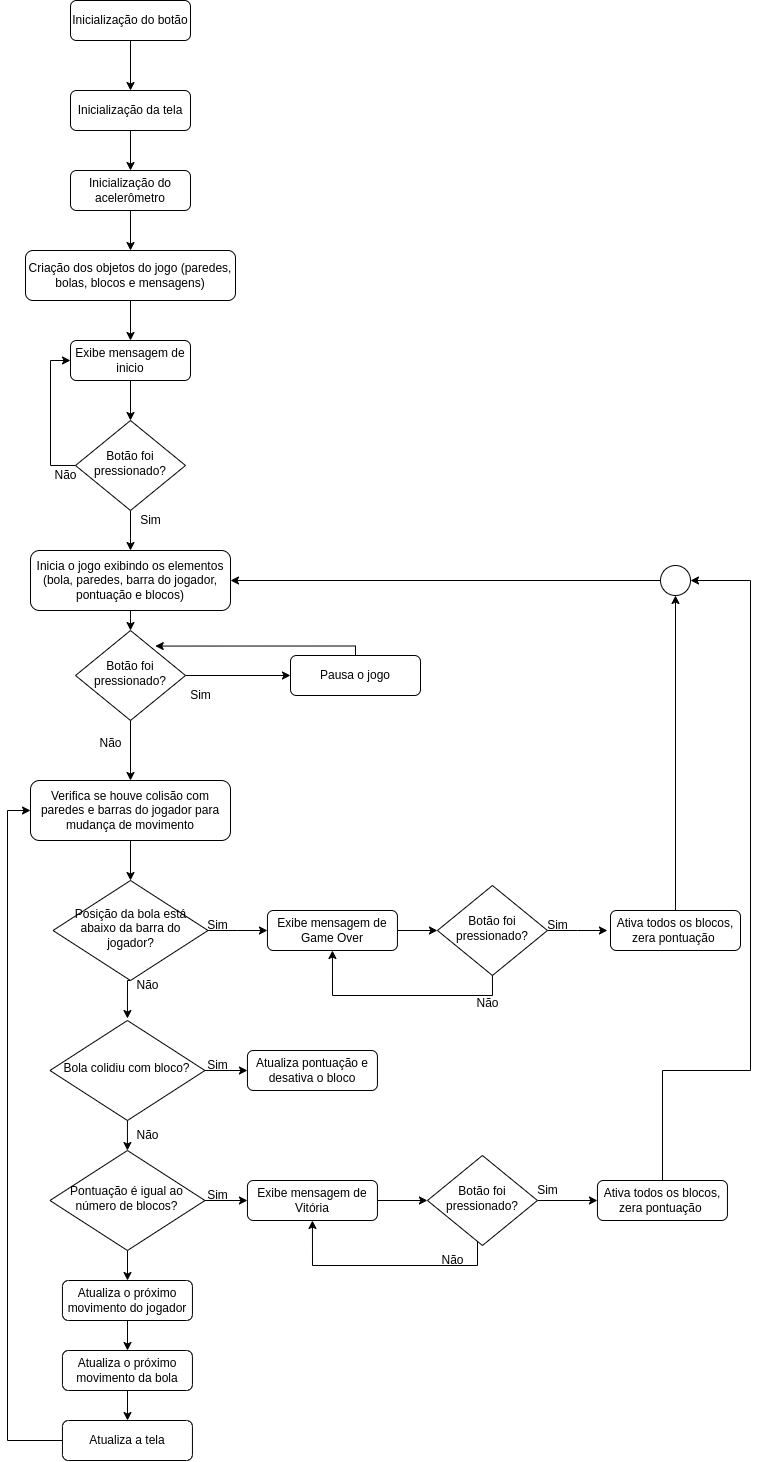
Earlier version of the draw.io export img/mainBreakout.drawio.png (clsf/Problema-3-Sistemas-Digitais-Breakout-Game). Source tidied: cells renumbered, new cells last; positions are measured from the earlier drawing's top-left corner, leaving out a move shared by most shapes.
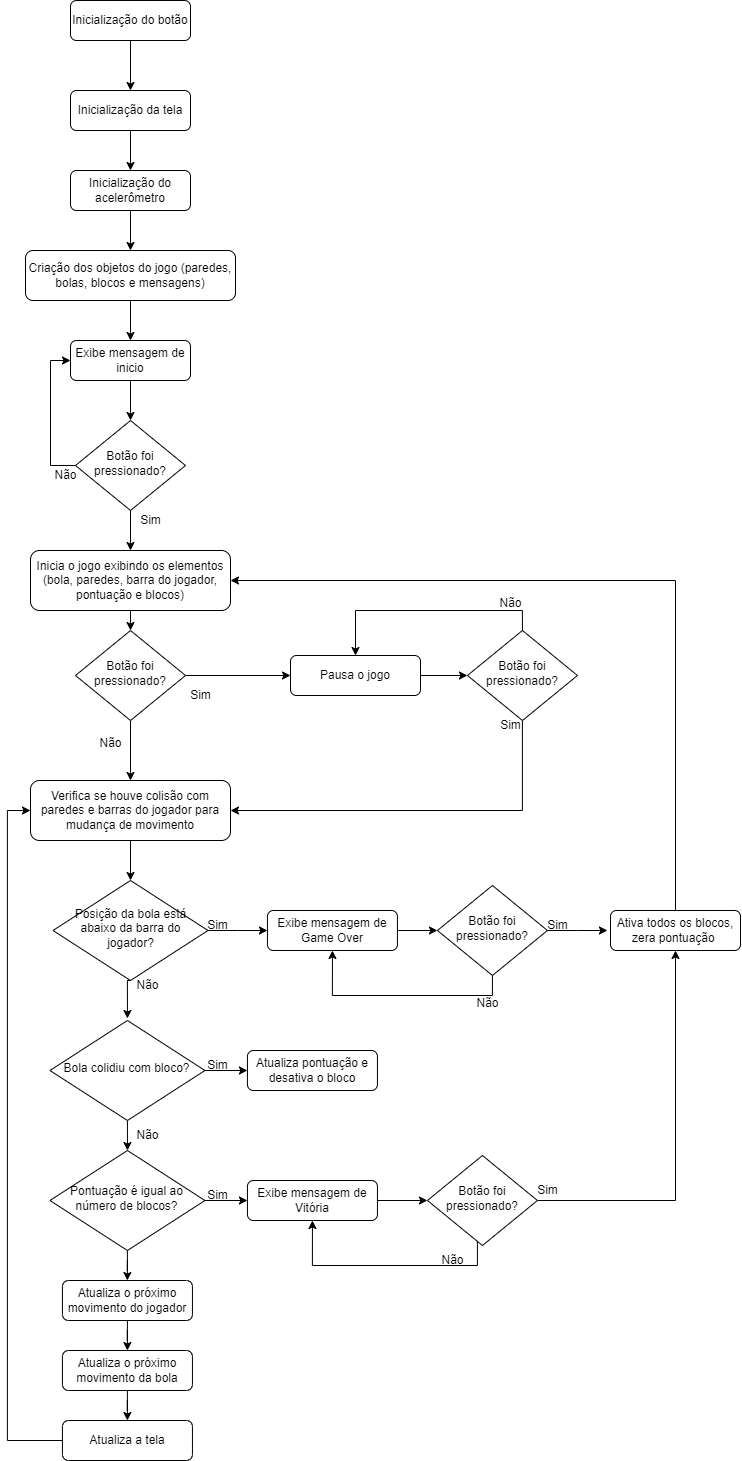
After the change.

Diff of the diagram source:
```diff
@@ -44,7 +44,7 @@
     <mxCell id="15" value="Não" style="text;html=1;align=center;verticalAlign=middle;strokeColor=none;fillColor=none;" parent="1" vertex="1">
       <mxGeometry x="33" y="460" width="50" height="30" as="geometry" />
     </mxCell>
-    <mxCell id="16" style="edgeStyle=orthogonalEdgeStyle;rounded=0;jettySize=auto;html=1;exitX=0.5;exitY=1;exitDx=0;exitDy=0;entryX=0.5;entryY=0;entryDx=0;entryDy=0;" parent="1" edge="1" source="17" target="64">
+    <mxCell id="16" style="edgeStyle=orthogonalEdgeStyle;rounded=0;jettySize=auto;html=1;exitX=0.5;exitY=1;exitDx=0;exitDy=0;entryX=0.5;entryY=0;entryDx=0;entryDy=0;" parent="1" edge="1" source="17" target="60">
       <mxGeometry relative="1" as="geometry" />
     </mxCell>
     <mxCell id="17" value="Inicia o jogo exibindo os elementos (bola, paredes, barra do jogador, pontuação e blocos)" style="rounded=1;whiteSpace=wrap;html=1;fontSize=12;glass=0;strokeWidth=1;shadow=0;" parent="1" vertex="1">
@@ -92,7 +92,7 @@
     <mxCell id="29" value="Botão foi pressionado?" style="rhombus;whiteSpace=wrap;html=1;shadow=0;fontFamily=Helvetica;fontSize=12;align=center;strokeWidth=1;spacing=6;spacingTop=-4;" parent="1" vertex="1">
       <mxGeometry x="429.9" y="885" width="110" height="90" as="geometry" />
     </mxCell>
-    <mxCell id="30" style="edgeStyle=orthogonalEdgeStyle;rounded=0;jettySize=auto;html=1;exitX=0.5;exitY=0;exitDx=0;exitDy=0;entryX=0.5;entryY=1;entryDx=0;entryDy=0;" parent="1" edge="1" source="31" target="53">
+    <mxCell id="30" style="edgeStyle=orthogonalEdgeStyle;rounded=0;jettySize=auto;html=1;exitX=0.5;exitY=0;exitDx=0;exitDy=0;entryX=1;entryY=0.5;entryDx=0;entryDy=0;" parent="1" edge="1" source="31" target="17">
       <mxGeometry relative="1" as="geometry" />
     </mxCell>
     <mxCell id="31" value="Ativa todos os blocos, zera pontuação&amp;nbsp;" style="rounded=1;whiteSpace=wrap;html=1;fontSize=12;glass=0;strokeWidth=1;shadow=0;" parent="1" vertex="1">
@@ -122,7 +122,7 @@
     <mxCell id="39" style="edgeStyle=orthogonalEdgeStyle;rounded=0;jettySize=auto;html=1;" parent="1" edge="1" source="41" target="43">
       <mxGeometry relative="1" as="geometry" />
     </mxCell>
-    <mxCell id="40" style="edgeStyle=orthogonalEdgeStyle;rounded=0;jettySize=auto;html=1;" parent="1" edge="1" source="41" target="57">
+    <mxCell id="40" style="edgeStyle=orthogonalEdgeStyle;rounded=0;jettySize=auto;html=1;" parent="1" edge="1" source="41" target="53">
       <mxGeometry relative="1" as="geometry" />
     </mxCell>
     <mxCell id="41" value="Pontuação é igual ao número de blocos?" style="rhombus;whiteSpace=wrap;html=1;shadow=0;fontFamily=Helvetica;fontSize=12;align=center;strokeWidth=1;spacing=6;spacingTop=-4;" parent="1" vertex="1">
@@ -137,7 +137,7 @@
     <mxCell id="44" value="Sim" style="text;html=1;align=center;verticalAlign=middle;strokeColor=none;fillColor=none;" parent="1" vertex="1">
       <mxGeometry x="189.9" y="1180" width="40" height="30" as="geometry" />
     </mxCell>
-    <mxCell id="45" style="edgeStyle=orthogonalEdgeStyle;rounded=0;jettySize=auto;html=1;" parent="1" edge="1" source="47" target="49">
+    <mxCell id="45" style="edgeStyle=orthogonalEdgeStyle;rounded=0;jettySize=auto;html=1;entryX=0.5;entryY=1;entryDx=0;entryDy=0;" parent="1" edge="1" source="47" target="31">
       <mxGeometry relative="1" as="geometry" />
     </mxCell>
     <mxCell id="46" style="edgeStyle=orthogonalEdgeStyle;rounded=0;jettySize=auto;html=1;entryX=0.5;entryY=1;entryDx=0;entryDy=0;" parent="1" edge="1" source="47" target="43">
@@ -151,82 +151,80 @@
     <mxCell id="47" value="Botão foi pressionado?" style="rhombus;whiteSpace=wrap;html=1;shadow=0;fontFamily=Helvetica;fontSize=12;align=center;strokeWidth=1;spacing=6;spacingTop=-4;" parent="1" vertex="1">
       <mxGeometry x="419.9" y="1155" width="110" height="90" as="geometry" />
     </mxCell>
-    <mxCell id="48" style="edgeStyle=orthogonalEdgeStyle;rounded=0;jettySize=auto;html=1;entryX=1;entryY=0.5;entryDx=0;entryDy=0;" parent="1" edge="1" source="49" target="53">
-      <mxGeometry relative="1" as="geometry">
-        <Array as="points">
-          <mxPoint x="743" y="1070" />
-          <mxPoint x="743" y="580" />
-        </Array>
-      </mxGeometry>
+    <mxCell id="48" value="Sim" style="text;html=1;align=center;verticalAlign=middle;strokeColor=none;fillColor=none;" parent="1" vertex="1">
+      <mxGeometry x="519.9" y="1175" width="40" height="30" as="geometry" />
     </mxCell>
-    <mxCell id="49" value="Ativa todos os blocos, zera pontuação&amp;nbsp;" style="rounded=1;whiteSpace=wrap;html=1;fontSize=12;glass=0;strokeWidth=1;shadow=0;" parent="1" vertex="1">
-      <mxGeometry x="589.9" y="1180" width="130" height="40" as="geometry" />
+    <mxCell id="49" value="Não" style="text;html=1;align=center;verticalAlign=middle;points=[];strokeColor=none;fillColor=none;" parent="1" vertex="1">
+      <mxGeometry x="419.9" y="1245" width="50" height="30" as="geometry" />
     </mxCell>
-    <mxCell id="50" value="Sim" style="text;html=1;align=center;verticalAlign=middle;strokeColor=none;fillColor=none;" parent="1" vertex="1">
-      <mxGeometry x="519.9" y="1175" width="40" height="30" as="geometry" />
+    <mxCell id="50" value="Não" style="text;html=1;align=center;verticalAlign=middle;strokeColor=none;fillColor=none;" parent="1" vertex="1">
+      <mxGeometry x="114.9" y="970" width="50" height="30" as="geometry" />
     </mxCell>
     <mxCell id="51" value="Não" style="text;html=1;align=center;verticalAlign=middle;strokeColor=none;fillColor=none;" parent="1" vertex="1">
-      <mxGeometry x="419.9" y="1245" width="50" height="30" as="geometry" />
+      <mxGeometry x="114.9" y="1120" width="50" height="30" as="geometry" />
     </mxCell>
-    <mxCell id="52" style="edgeStyle=orthogonalEdgeStyle;rounded=0;jettySize=auto;html=1;exitX=0;exitY=0.5;exitDx=0;exitDy=0;entryX=1;entryY=0.5;entryDx=0;entryDy=0;" parent="1" edge="1" source="53" target="17">
+    <mxCell id="52" style="edgeStyle=orthogonalEdgeStyle;rounded=0;jettySize=auto;html=1;" parent="1" edge="1" source="53" target="55">
       <mxGeometry relative="1" as="geometry" />
     </mxCell>
-    <mxCell id="53" style="ellipse;whiteSpace=wrap;html=1;" parent="1" vertex="1">
-      <mxGeometry x="653" y="565" width="30" height="30" as="geometry" />
+    <mxCell id="53" value="Atualiza o próximo movimento do jogador" style="rounded=1;whiteSpace=wrap;html=1;fontSize=12;glass=0;strokeWidth=1;shadow=0;" parent="1" vertex="1">
+      <mxGeometry x="54.9" y="1280" width="130" height="40" as="geometry" />
     </mxCell>
-    <mxCell id="54" value="Não" style="text;html=1;align=center;verticalAlign=middle;strokeColor=none;fillColor=none;" parent="1" vertex="1">
-      <mxGeometry x="114.9" y="970" width="50" height="30" as="geometry" />
+    <mxCell id="54" style="edgeStyle=orthogonalEdgeStyle;rounded=0;jettySize=auto;html=1;" parent="1" edge="1" source="55" target="57">
+      <mxGeometry relative="1" as="geometry" />
     </mxCell>
-    <mxCell id="55" value="Não" style="text;html=1;align=center;verticalAlign=middle;points=[];strokeColor=none;fillColor=none;" parent="1" vertex="1">
-      <mxGeometry x="114.9" y="1120" width="50" height="30" as="geometry" />
+    <mxCell id="55" value="Atualiza o próximo movimento da bola" style="rounded=1;whiteSpace=wrap;html=1;fontSize=12;glass=0;strokeWidth=1;shadow=0;" parent="1" vertex="1">
+      <mxGeometry x="54.9" y="1350" width="130" height="40" as="geometry" />
     </mxCell>
-    <mxCell id="56" style="edgeStyle=orthogonalEdgeStyle;rounded=0;jettySize=auto;html=1;" parent="1" edge="1" source="57" target="59">
-      <mxGeometry relative="1" as="geometry" />
+    <mxCell id="56" style="edgeStyle=orthogonalEdgeStyle;rounded=0;jettySize=auto;html=1;entryX=0;entryY=0.5;entryDx=0;entryDy=0;" parent="1" edge="1" source="57" target="20">
+      <mxGeometry relative="1" as="geometry">
+        <Array as="points">
+          <mxPoint x="-0.1" y="1440" />
+          <mxPoint x="-0.1" y="810" />
+        </Array>
+      </mxGeometry>
     </mxCell>
-    <mxCell id="57" value="Atualiza o próximo movimento do jogador" style="rounded=1;whiteSpace=wrap;html=1;fontSize=12;glass=0;strokeWidth=1;shadow=0;" parent="1" vertex="1">
-      <mxGeometry x="54.9" y="1280" width="130" height="40" as="geometry" />
+    <mxCell id="57" value="Atualiza a tela" style="rounded=1;whiteSpace=wrap;html=1;fontSize=12;glass=0;strokeWidth=1;shadow=0;" parent="1" vertex="1">
+      <mxGeometry x="54.9" y="1420" width="130" height="40" as="geometry" />
     </mxCell>
-    <mxCell id="58" style="edgeStyle=orthogonalEdgeStyle;rounded=0;jettySize=auto;html=1;" parent="1" edge="1" source="59" target="61">
+    <mxCell id="58" style="edgeStyle=orthogonalEdgeStyle;rounded=0;jettySize=auto;html=1;exitX=1;exitY=0.5;exitDx=0;exitDy=0;entryX=0;entryY=0.5;entryDx=0;entryDy=0;" parent="1" edge="1" source="60" target="62">
       <mxGeometry relative="1" as="geometry" />
     </mxCell>
-    <mxCell id="59" value="Atualiza o próximo movimento da bola" style="rounded=1;whiteSpace=wrap;html=1;fontSize=12;glass=0;strokeWidth=1;shadow=0;" parent="1" vertex="1">
-      <mxGeometry x="54.9" y="1350" width="130" height="40" as="geometry" />
+    <mxCell id="59" style="edgeStyle=orthogonalEdgeStyle;rounded=0;jettySize=auto;html=1;" parent="1" edge="1" source="60" target="20">
+      <mxGeometry relative="1" as="geometry" />
     </mxCell>
-    <mxCell id="60" style="edgeStyle=orthogonalEdgeStyle;rounded=0;jettySize=auto;html=1;entryX=0;entryY=0.5;entryDx=0;entryDy=0;" parent="1" edge="1" source="61" target="20">
-      <mxGeometry relative="1" as="geometry">
-        <Array as="points">
-          <mxPoint x="-0.1" y="1440" />
-          <mxPoint x="-0.1" y="810" />
-        </Array>
-      </mxGeometry>
+    <mxCell id="60" value="Botão foi pressionado?" style="rhombus;whiteSpace=wrap;html=1;shadow=0;fontFamily=Helvetica;fontSize=12;align=center;strokeWidth=1;spacing=6;spacingTop=-4;" parent="1" vertex="1">
+      <mxGeometry x="68" y="630" width="110" height="90" as="geometry" />
     </mxCell>
-    <mxCell id="61" value="Atualiza a tela" style="rounded=1;whiteSpace=wrap;html=1;fontSize=12;glass=0;strokeWidth=1;shadow=0;" parent="1" vertex="1">
-      <mxGeometry x="54.9" y="1420" width="130" height="40" as="geometry" />
+    <mxCell id="61" style="edgeStyle=orthogonalEdgeStyle;rounded=0;jettySize=auto;html=1;" parent="1" edge="1" source="62" target="67">
+      <mxGeometry relative="1" as="geometry" />
     </mxCell>
-    <mxCell id="62" style="edgeStyle=orthogonalEdgeStyle;rounded=0;jettySize=auto;html=1;exitX=1;exitY=0.5;exitDx=0;exitDy=0;entryX=0;entryY=0.5;entryDx=0;entryDy=0;" parent="1" edge="1" source="64" target="65">
-      <mxGeometry relative="1" as="geometry" />
+    <mxCell id="62" value="Pausa o jogo" style="rounded=1;whiteSpace=wrap;html=1;fontSize=12;glass=0;strokeWidth=1;shadow=0;" parent="1" vertex="1">
+      <mxGeometry x="283" y="655" width="130" height="40" as="geometry" />
     </mxCell>
-    <mxCell id="63" style="edgeStyle=orthogonalEdgeStyle;rounded=0;jettySize=auto;html=1;" parent="1" edge="1" source="64" target="20">
-      <mxGeometry relative="1" as="geometry" />
+    <mxCell id="63" value="Sim" style="text;html=1;align=center;verticalAlign=middle;strokeColor=none;fillColor=none;" parent="1" vertex="1">
+      <mxGeometry x="173" y="680" width="40" height="30" as="geometry" />
     </mxCell>
-    <mxCell id="64" value="Botão foi pressionado?" style="rhombus;whiteSpace=wrap;html=1;shadow=0;fontFamily=Helvetica;fontSize=12;align=center;strokeWidth=1;spacing=6;spacingTop=-4;" parent="1" vertex="1">
-      <mxGeometry x="68" y="630" width="110" height="90" as="geometry" />
+    <mxCell id="64" value="Não" style="text;html=1;align=center;verticalAlign=middle;points=[];strokeColor=none;fillColor=none;" parent="1" vertex="1">
+      <mxGeometry x="78" y="728" width="50" height="30" as="geometry" />
     </mxCell>
-    <mxCell id="65" value="Pausa o jogo" style="rounded=1;whiteSpace=wrap;html=1;fontSize=12;glass=0;strokeWidth=1;shadow=0;" parent="1" vertex="1">
-      <mxGeometry x="283" y="655" width="130" height="40" as="geometry" />
+    <mxCell id="65" style="edgeStyle=orthogonalEdgeStyle;rounded=0;jettySize=auto;html=1;entryX=1;entryY=0.5;entryDx=0;entryDy=0;" parent="1" edge="1" source="67" target="20">
+      <mxGeometry relative="1" as="geometry">
+        <Array as="points">
+          <mxPoint x="515" y="810" />
+        </Array>
+      </mxGeometry>
     </mxCell>
-    <mxCell id="66" style="edgeStyle=orthogonalEdgeStyle;rounded=0;jettySize=auto;html=1;exitX=0.5;exitY=0;exitDx=0;exitDy=0;entryX=0.725;entryY=0.173;entryDx=0;entryDy=0;entryPerimeter=0;" parent="1" edge="1" source="65" target="64">
-      <mxGeometry relative="1" as="geometry">
-        <Array as="points">
-          <mxPoint x="348" y="646" />
-        </Array>
-      </mxGeometry>
+    <mxCell id="66" style="edgeStyle=orthogonalEdgeStyle;rounded=0;jettySize=auto;html=1;exitX=0.5;exitY=0;exitDx=0;exitDy=0;entryX=0.5;entryY=0;entryDx=0;entryDy=0;" parent="1" edge="1" source="67" target="62">
+      <mxGeometry relative="1" as="geometry" />
     </mxCell>
-    <mxCell id="67" value="Sim" style="text;html=1;align=center;verticalAlign=middle;points=[];strokeColor=none;fillColor=none;" parent="1" vertex="1">
-      <mxGeometry x="173" y="680" width="40" height="30" as="geometry" />
+    <mxCell id="67" value="Botão foi pressionado?" style="rhombus;whiteSpace=wrap;html=1;shadow=0;fontFamily=Helvetica;fontSize=12;align=center;strokeWidth=1;spacing=6;spacingTop=-4;" parent="1" vertex="1">
+      <mxGeometry x="459.9" y="630" width="110" height="90" as="geometry" />
     </mxCell>
-    <mxCell id="68" value="Não" style="text;html=1;align=center;verticalAlign=middle;strokeColor=none;fillColor=none;" parent="1" vertex="1">
-      <mxGeometry x="78" y="728" width="50" height="30" as="geometry" />
+    <mxCell id="68" value="Sim" style="text;html=1;align=center;verticalAlign=middle;strokeColor=none;fillColor=none;" parent="1" vertex="1">
+      <mxGeometry x="483" y="710" width="40" height="30" as="geometry" />
     </mxCell>
+    <mxCell id="69" value="Não" style="text;html=1;align=center;verticalAlign=middle;strokeColor=none;fillColor=none;" parent="1" vertex="1">
+      <mxGeometry x="478" y="588" width="50" height="30" as="geometry" />
+    </mxCell>
   </root>
 </mxGraphModel>
```
